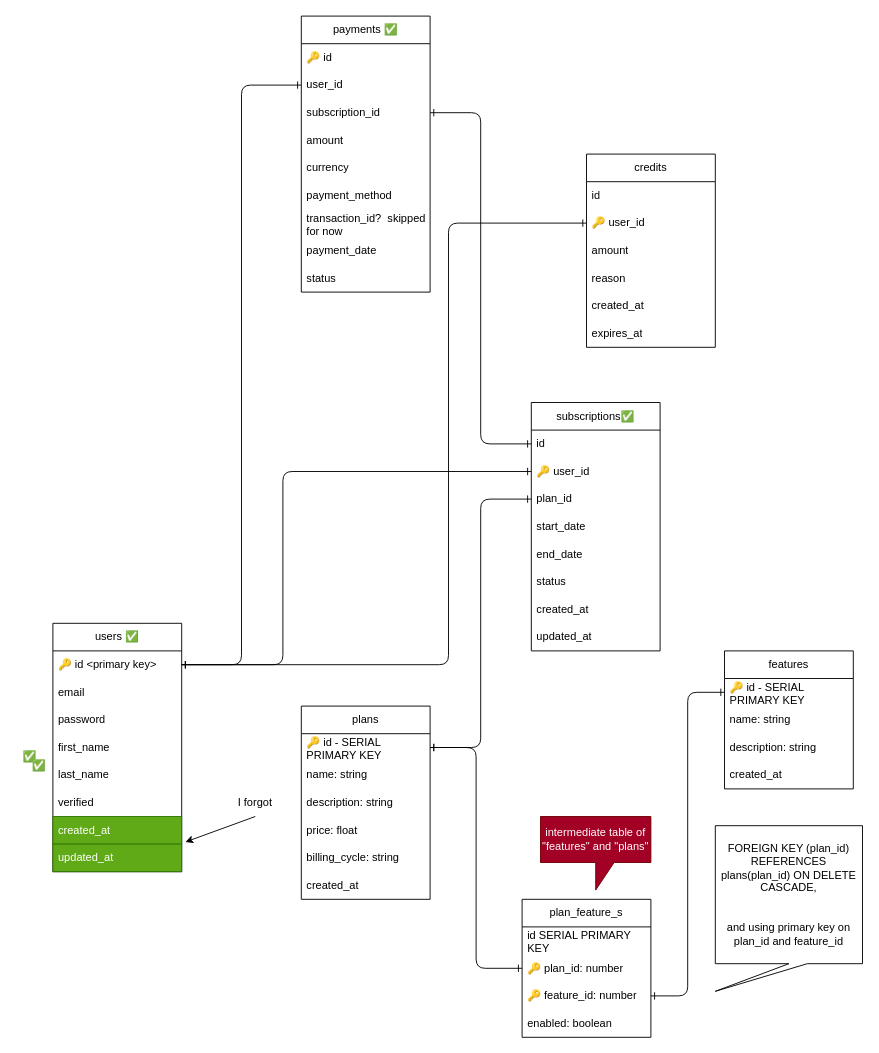
Above: page "database design" (1 of 3) of sketch.drawio in danirisdiandita/Startup-Monorepo-Template (draw.io), before the change. Source tidied: cells renumbered, new cells numbered last; positions are measured from the earlier drawing's top-left corner, leaving out a move shared by most shapes. Both pictures are drawn from the tidied source at 92%, with x=0, y=0 at pixel (16, 16).
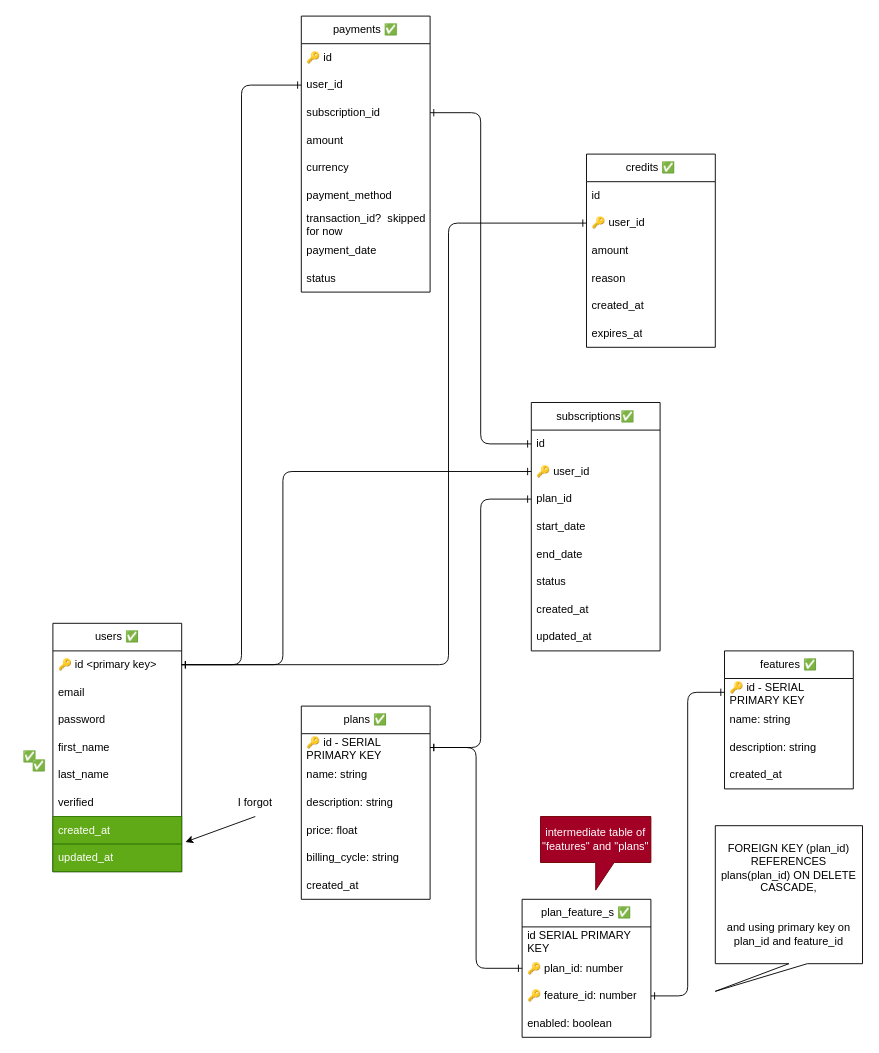
Above is the later version.

What changed in the source:
```diff
@@
-    <mxCell id="13" value="plans" style="swimlane;fontStyle=0;horizontal=1;startSize=30;whiteSpace=wrap;html=1;" parent="1" vertex="1">
+    <mxCell id="13" value="plans ✅" style="swimlane;fontStyle=0;horizontal=1;startSize=30;whiteSpace=wrap;html=1;" parent="1" vertex="1">
       <mxGeometry x="310" y="750" width="140" height="210" as="geometry" />
     </mxCell>
@@
-    <mxCell id="20" value="features" style="swimlane;fontStyle=0;horizontal=1;startSize=30;whiteSpace=wrap;html=1;" parent="1" vertex="1">
+    <mxCell id="20" value="features ✅" style="swimlane;fontStyle=0;horizontal=1;startSize=30;whiteSpace=wrap;html=1;" parent="1" vertex="1">
       <mxGeometry x="770" y="690" width="140" height="150" as="geometry" />
     </mxCell>
@@
-    <mxCell id="25" value="plan_feature_s" style="swimlane;fontStyle=0;horizontal=1;startSize=30;whiteSpace=wrap;html=1;" parent="1" vertex="1">
+    <mxCell id="25" value="plan_feature_s ✅" style="swimlane;fontStyle=0;horizontal=1;startSize=30;whiteSpace=wrap;html=1;" parent="1" vertex="1">
       <mxGeometry x="550" y="960" width="140" height="150" as="geometry" />
     </mxCell>
@@
-    <mxCell id="56" value="credits" style="swimlane;fontStyle=0;horizontal=1;startSize=30;whiteSpace=wrap;html=1;" parent="1" vertex="1">
+    <mxCell id="56" value="credits ✅" style="swimlane;fontStyle=0;horizontal=1;startSize=30;whiteSpace=wrap;html=1;" parent="1" vertex="1">
       <mxGeometry x="620" y="150" width="140" height="210" as="geometry" />
     </mxCell>
```
